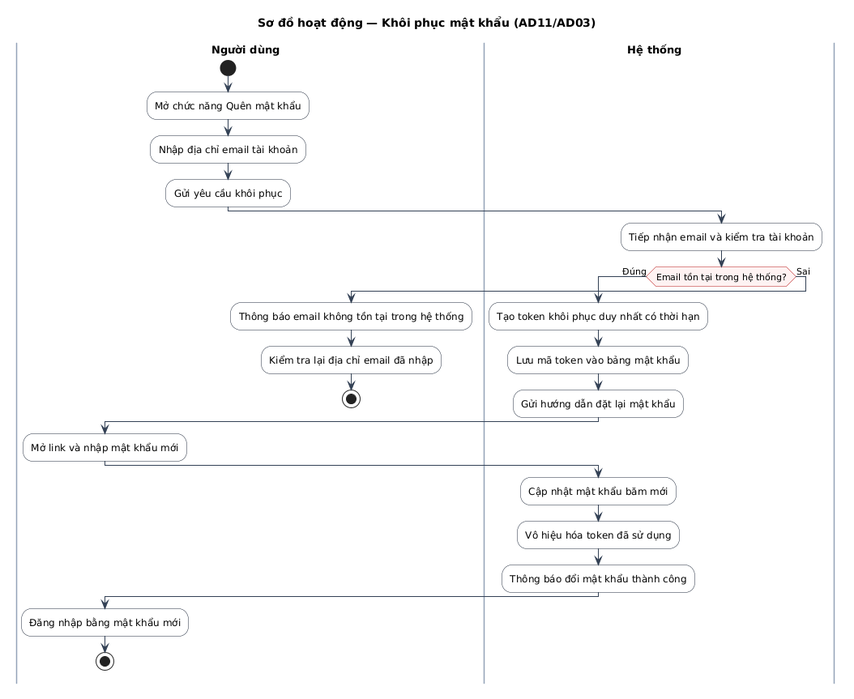
The PlantUML diagram docs/diagrams/activity/AD11_QUEN_MAT_KHAU.png in dungtttd01702-coder/vamos-store, before a commit. The source it was exported from:
```plantuml
@startuml
title Sơ đồ hoạt động — Khôi phục mật khẩu (AD11/AD03)

skinparam defaultFontName "Arial"
skinparam defaultFontSize 12
skinparam ActivityFontSize 12
skinparam ActivityBorderColor #1e293b
skinparam ActivityBackgroundColor #ffffff
skinparam ActivityDiamondBorderColor #b91c1c
skinparam ActivityDiamondBackgroundColor #fef2f2
skinparam ActivityDiamondFontSize 11
skinparam ArrowColor #334155
skinparam ArrowFontSize 11
skinparam SwimlaneTitleFontSize 13
skinparam SwimlaneTitleFontStyle bold
skinparam SwimlaneBorderColor #94a3b8
skinparam SwimlaneWidth same

|Người dùng|
start
:Mở chức năng Quên mật khẩu;
:Nhập địa chỉ email tài khoản;
:Gửi yêu cầu khôi phục;

|Hệ thống|
:Tiếp nhận email và kiểm tra tài khoản;
if (Email tồn tại trong hệ thống?) then (Đúng)
  :Tạo token khôi phục duy nhất có thời hạn;
  :Lưu mã token vào bảng mật khẩu;
  :Gửi hướng dẫn đặt lại mật khẩu;
  |Người dùng|
  :Mở link và nhập mật khẩu mới;
  |Hệ thống|
  :Cập nhật mật khẩu băm mới;
  :Vô hiệu hóa token đã sử dụng;
  :Thông báo đổi mật khẩu thành công;
  |Người dùng|
  :Đăng nhập bằng mật khẩu mới;
  stop
else (Sai)
  :Thông báo email không tồn tại trong hệ thống;
  |Người dùng|
  :Kiểm tra lại địa chỉ email đã nhập;
  stop
endif
@enduml
```
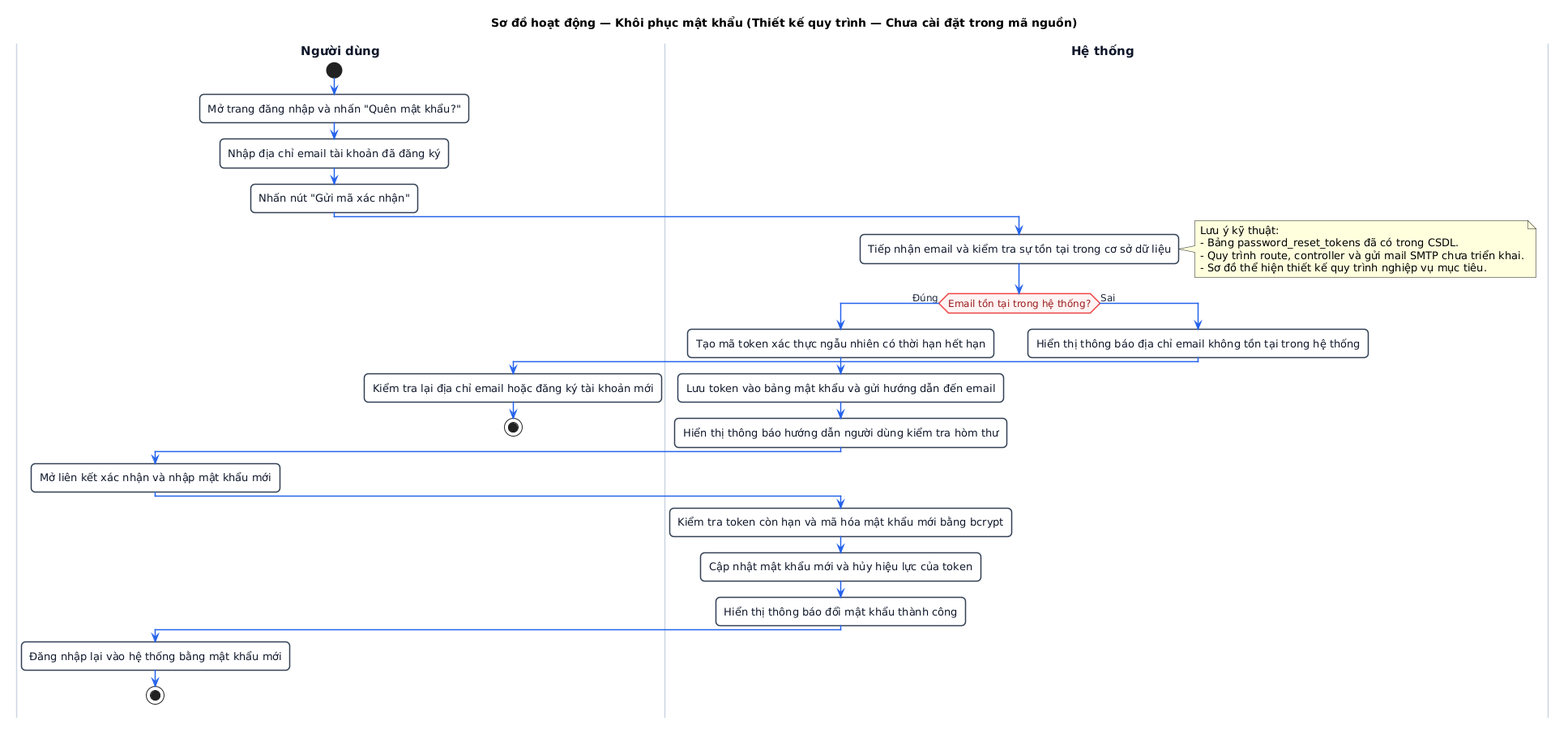
Later version of the same file.

The edit, as a diff of the source:
```diff
@@ -1,46 +1,69 @@
 @startuml
-title Sơ đồ hoạt động — Khôi phục mật khẩu (AD11/AD03)
+title Sơ đồ hoạt động — Khôi phục mật khẩu (Thiết kế quy trình — Chưa cài đặt trong mã nguồn)
 
-skinparam defaultFontName "Arial"
-skinparam defaultFontSize 12
-skinparam ActivityFontSize 12
-skinparam ActivityBorderColor #1e293b
+skinparam defaultFontName "Segoe UI, Arial, sans-serif"
+skinparam defaultFontSize 13
+skinparam roundCorner 10
+skinparam shadowing false
+
+skinparam ActivityFontSize 13
+skinparam ActivityFontColor #0f172a
+skinparam ActivityBorderColor #334155
+skinparam ActivityBorderThickness 1.5
 skinparam ActivityBackgroundColor #ffffff
-skinparam ActivityDiamondBorderColor #b91c1c
+
+skinparam ActivityDiamondFontSize 12
+skinparam ActivityDiamondFontColor #991b1b
+skinparam ActivityDiamondBorderColor #ef4444
+skinparam ActivityDiamondBorderThickness 1.5
 skinparam ActivityDiamondBackgroundColor #fef2f2
-skinparam ActivityDiamondFontSize 11
-skinparam ArrowColor #334155
-skinparam ArrowFontSize 11
-skinparam SwimlaneTitleFontSize 13
+
+skinparam ArrowColor #2563eb
+skinparam ArrowFontSize 12
+skinparam ArrowFontColor #1e293b
+skinparam ArrowThickness 1.5
+
+skinparam SwimlaneTitleFontSize 15
 skinparam SwimlaneTitleFontStyle bold
-skinparam SwimlaneBorderColor #94a3b8
-skinparam SwimlaneWidth same
+skinparam SwimlaneTitleFontColor #0f172a
+skinparam SwimlaneBorderColor #cbd5e1
+skinparam SwimlaneBorderThickness 1.5
+skinparam SwimlaneWidth 380
 
 |Người dùng|
 start
-:Mở chức năng Quên mật khẩu;
-:Nhập địa chỉ email tài khoản;
-:Gửi yêu cầu khôi phục;
+:Mở trang đăng nhập và nhấn "Quên mật khẩu?";
+:Nhập địa chỉ email tài khoản đã đăng ký;
+:Nhấn nút "Gửi mã xác nhận";
 
 |Hệ thống|
-:Tiếp nhận email và kiểm tra tài khoản;
+:Tiếp nhận email và kiểm tra sự tồn tại trong cơ sở dữ liệu;
+note right
+Lưu ý kỹ thuật:
+- Bảng password_reset_tokens đã có trong CSDL.
+- Quy trình route, controller và gửi mail SMTP chưa triển khai.
+- Sơ đồ thể hiện thiết kế quy trình nghiệp vụ mục tiêu.
+end note
+
 if (Email tồn tại trong hệ thống?) then (Đúng)
-  :Tạo token khôi phục duy nhất có thời hạn;
-  :Lưu mã token vào bảng mật khẩu;
-  :Gửi hướng dẫn đặt lại mật khẩu;
+  |Hệ thống|
+  :Tạo mã token xác thực ngẫu nhiên có thời hạn hết hạn;
+  :Lưu token vào bảng mật khẩu và gửi hướng dẫn đến email;
+  :Hiển thị thông báo hướng dẫn người dùng kiểm tra hòm thư;
   |Người dùng|
-  :Mở link và nhập mật khẩu mới;
+  :Mở liên kết xác nhận và nhập mật khẩu mới;
   |Hệ thống|
-  :Cập nhật mật khẩu băm mới;
-  :Vô hiệu hóa token đã sử dụng;
-  :Thông báo đổi mật khẩu thành công;
+  :Kiểm tra token còn hạn và mã hóa mật khẩu mới bằng bcrypt;
+  :Cập nhật mật khẩu mới và hủy hiệu lực của token;
+  :Hiển thị thông báo đổi mật khẩu thành công;
   |Người dùng|
-  :Đăng nhập bằng mật khẩu mới;
+  :Đăng nhập lại vào hệ thống bằng mật khẩu mới;
   stop
 else (Sai)
-  :Thông báo email không tồn tại trong hệ thống;
+  |Hệ thống|
+  :Hiển thị thông báo địa chỉ email không tồn tại trong hệ thống;
   |Người dùng|
-  :Kiểm tra lại địa chỉ email đã nhập;
+  :Kiểm tra lại địa chỉ email hoặc đăng ký tài khoản mới;
   stop
 endif
 @enduml
```
